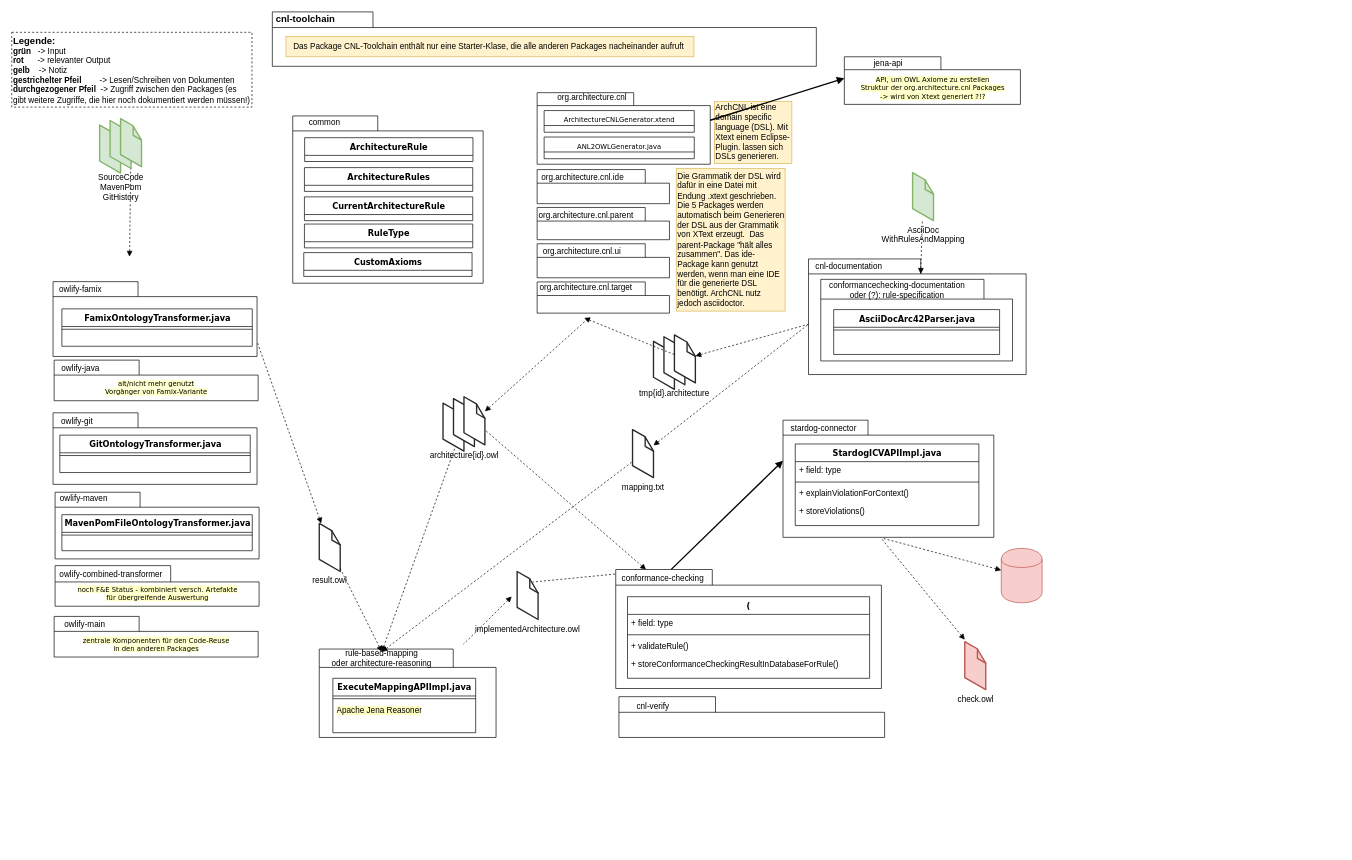
Mari-Wie/ArchCnlDocumentation keeps this draw.io diagram as ArchCNL- PackageDiagramm.drawio. Above is the earlier version. Source tidied: cells renumbered, new cells numbered last; positions are measured from the earlier drawing's top-left corner, leaving out a move shared by most shapes. Both pictures are drawn from the tidied source at 68%, with x=0, y=0 at pixel (12, 12).
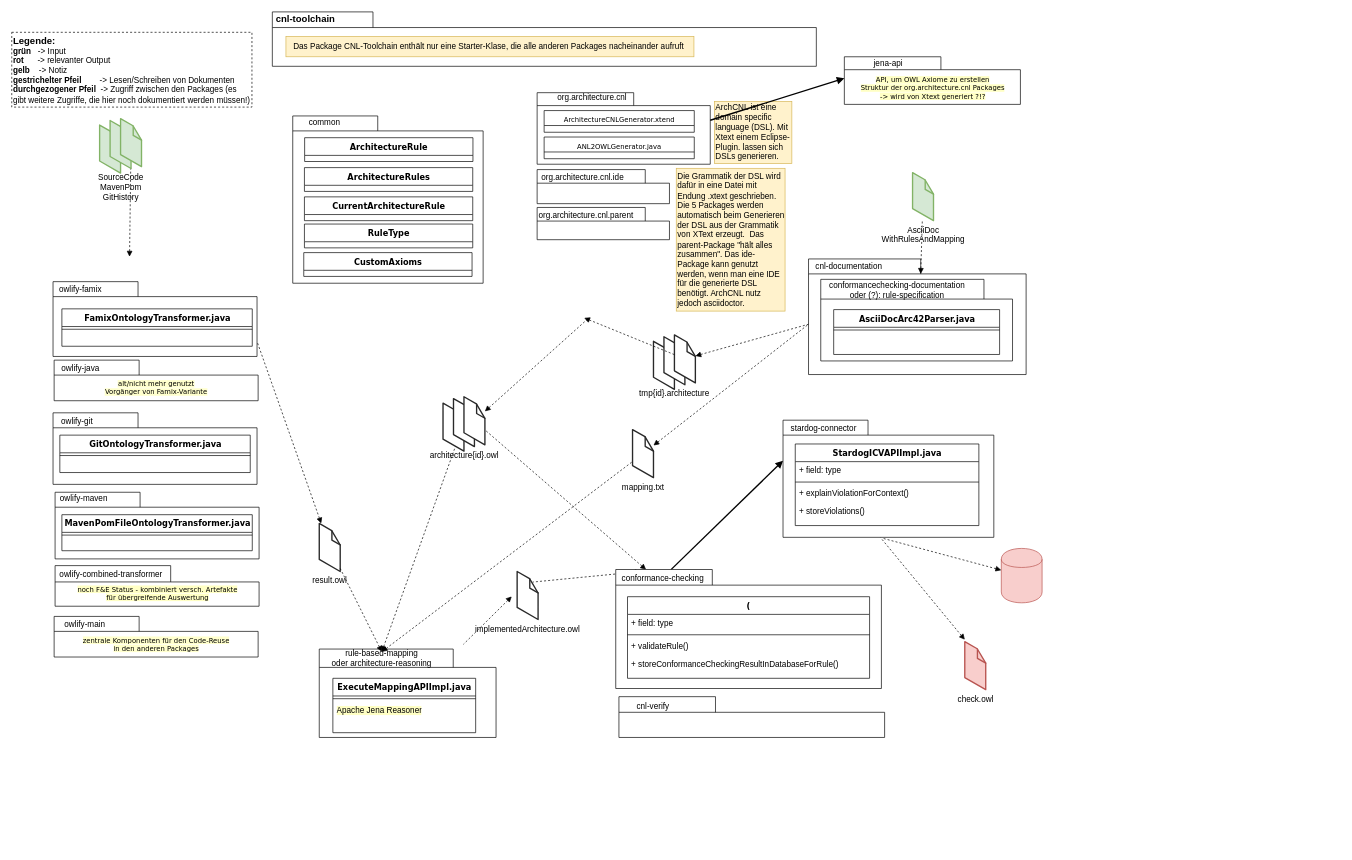
The same diagram, later.

Commit message (it also covers changes not shown here):
PackageDiagramm XTEXT korrigiert Issue-Tracker.xlsx

The change refers to these unchanged cells:
```xml
<mxCell id="17" style="group;" parent="1" vertex="1">
  <mxGeometry x="747" y="90" width="416" height="360" as="geometry" />
</mxCell>
```

Change to the diagram source:
```diff
@@
-    <mxCell id="26" style="shape=folder;fontStyle=1;spacingTop=10;tabWidth=159;tabHeight=20;tabPosition=left;html=1;rounded=0;shadow=0;comic=0;labelBackgroundColor=none;strokeWidth=1;fontFamily=Verdana;fontSize=10;align=center;" parent="17" vertex="1">
-      <mxGeometry x="25.4" y="251" width="194.6" height="50" as="geometry" />
-    </mxCell>
-    <mxCell id="27" value="org.architecture.cnl.ui" style="text;html=1;strokeColor=none;fillColor=none;align=center;verticalAlign=middle;whiteSpace=wrap;rounded=0;" parent="17" vertex="1">
-      <mxGeometry x="22.8" y="251" width="137.2" height="23.2" as="geometry" />
-    </mxCell>
-    <mxCell id="28" style="shape=folder;fontStyle=1;spacingTop=10;tabWidth=159;tabHeight=20;tabPosition=left;html=1;rounded=0;shadow=0;comic=0;labelBackgroundColor=none;strokeWidth=1;fontFamily=Verdana;fontSize=10;align=center;" parent="17" vertex="1">
-      <mxGeometry x="25.4" y="307.1" width="194.6" height="45.9" as="geometry" />
-    </mxCell>
-    <mxCell id="29" value="org.architecture.cnl.target" style="text;html=1;strokeColor=none;fillColor=none;align=center;verticalAlign=middle;whiteSpace=wrap;rounded=0;" parent="17" vertex="1">
-      <mxGeometry x="25.4" y="303.1" width="144.6" height="23.2" as="geometry" />
-    </mxCell>
```
